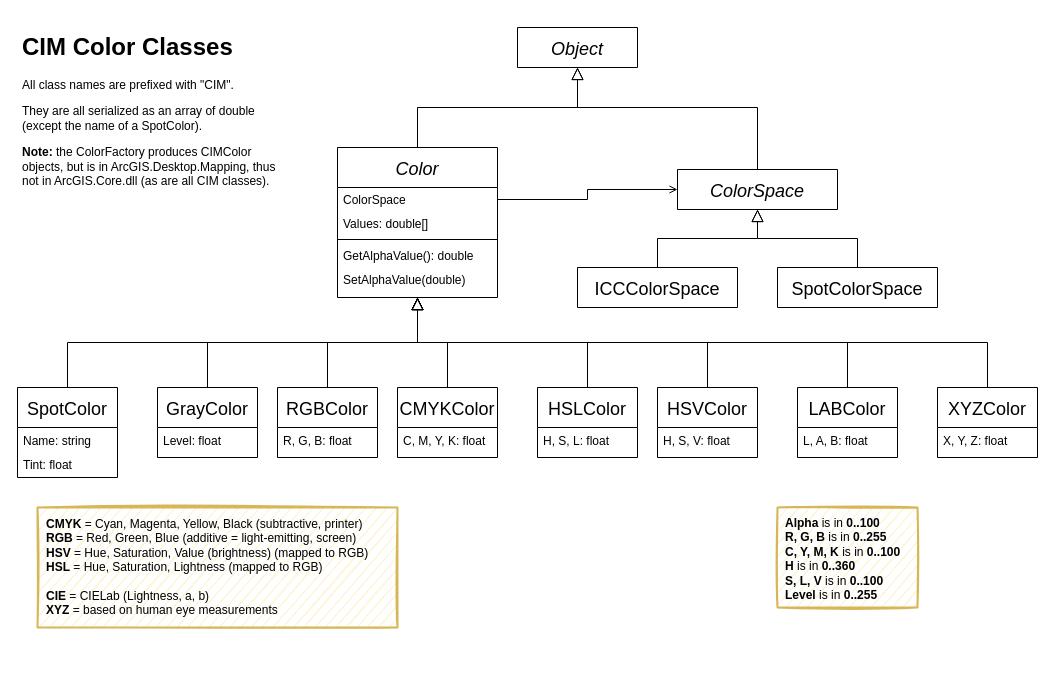
Before: page "Color" (1 of 2) of doc/ProSDK/CIMClassDiagrams.drawio in ProSuite/ProSuite, a draw.io diagram. Source tidied: cells renumbered, new cells numbered last; positions are measured from the earlier drawing's top-left corner, leaving out a move shared by most shapes. Both pictures are drawn from the tidied source at 100%, with x=0, y=0 at pixel (17, 27).
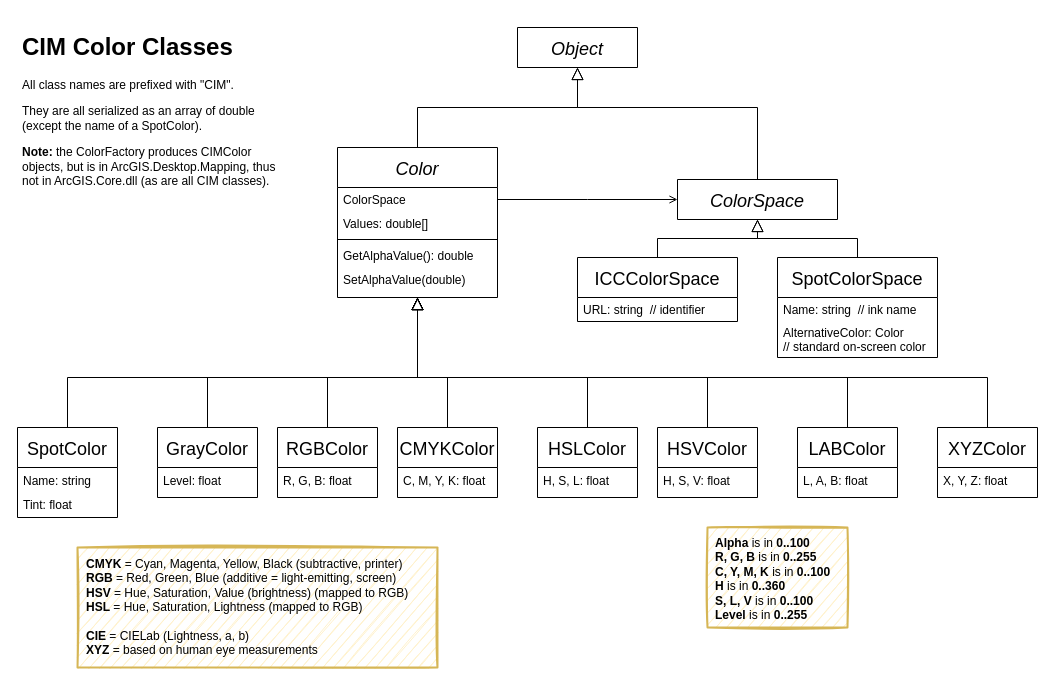
After the change.

Commit message:
Update CIM class diagrams (color space details)

Unchanged cells that the change refers to:
```xml
<mxCell id="4" value="Color" style="swimlane;fontStyle=2;align=center;verticalAlign=middle;horizontal=1;startSize=40;rounded=0;shadow=0;strokeWidth=1;fontSize=18;" parent="1" vertex="1">
  <mxGeometry x="320" y="120" width="160" height="150" as="geometry" />
</mxCell>
```

Change to the diagram source:
```diff
@@
     <mxCell id="10" value="ColorSpace" style="swimlane;fontStyle=2;align=center;verticalAlign=middle;horizontal=1;startSize=40;rounded=0;shadow=0;strokeWidth=1;fontSize=18;" parent="1" vertex="1">
-      <mxGeometry x="660" y="142" width="160" height="40" as="geometry" />
+      <mxGeometry x="660" y="152" width="160" height="40" as="geometry" />
     </mxCell>
     <mxCell id="11" value="ICCColorSpace" style="swimlane;fontStyle=0;align=center;verticalAlign=middle;horizontal=1;startSize=40;rounded=0;shadow=0;strokeWidth=1;fontSize=18;" parent="1" vertex="1">
-      <mxGeometry x="560" y="240" width="160" height="40" as="geometry" />
+      <mxGeometry x="560" y="230" width="160" height="64" as="geometry" />
     </mxCell>
+    <mxCell id="45" value="URL: string  // identifier" style="text;align=left;verticalAlign=middle;spacingLeft=4;spacingRight=4;overflow=hidden;" parent="11" vertex="1">
+      <mxGeometry y="40" width="160" height="24" as="geometry" />
+    </mxCell>
     <mxCell id="12" value="SpotColorSpace" style="swimlane;fontStyle=0;align=center;verticalAlign=middle;horizontal=1;startSize=40;rounded=0;shadow=0;strokeWidth=1;fontSize=18;" parent="1" vertex="1">
-      <mxGeometry x="760" y="240" width="160" height="40" as="geometry" />
+      <mxGeometry x="760" y="230" width="160" height="100" as="geometry" />
     </mxCell>
+    <mxCell id="46" value="Name: string  // ink name" style="text;align=left;verticalAlign=middle;spacingLeft=4;spacingRight=4;overflow=hidden;" parent="12" vertex="1">
+      <mxGeometry y="40" width="160" height="24" as="geometry" />
+    </mxCell>
+    <mxCell id="47" value="AlternativeColor: Color&#10;// standard on-screen color" style="text;align=left;verticalAlign=middle;spacingLeft=4;spacingRight=4;overflow=hidden;" parent="12" vertex="1">
+      <mxGeometry y="64" width="160" height="36" as="geometry" />
+    </mxCell>
@@
     <mxCell id="18" value="SpotColor" style="swimlane;fontStyle=0;align=center;verticalAlign=middle;horizontal=1;startSize=40;rounded=0;shadow=0;strokeWidth=1;fontSize=18;" parent="1" vertex="1">
-      <mxGeometry y="360" width="100" height="90" as="geometry" />
+      <mxGeometry y="400" width="100" height="90" as="geometry" />
     </mxCell>
@@
     <mxCell id="21" value="GrayColor" style="swimlane;fontStyle=0;align=center;verticalAlign=middle;horizontal=1;startSize=40;rounded=0;shadow=0;strokeWidth=1;fontSize=18;" parent="1" vertex="1">
-      <mxGeometry x="140" y="360" width="100" height="70" as="geometry" />
+      <mxGeometry x="140" y="400" width="100" height="70" as="geometry" />
     </mxCell>
@@
     <mxCell id="23" value="RGBColor" style="swimlane;fontStyle=0;align=center;verticalAlign=middle;horizontal=1;startSize=40;rounded=0;shadow=0;strokeWidth=1;fontSize=18;" parent="1" vertex="1">
-      <mxGeometry x="260" y="360" width="100" height="70" as="geometry" />
+      <mxGeometry x="260" y="400" width="100" height="70" as="geometry" />
     </mxCell>
@@
     <mxCell id="25" value="CMYKColor" style="swimlane;fontStyle=0;align=center;verticalAlign=middle;horizontal=1;startSize=40;rounded=0;shadow=0;strokeWidth=1;fontSize=18;" parent="1" vertex="1">
-      <mxGeometry x="380" y="360" width="100" height="70" as="geometry" />
+      <mxGeometry x="380" y="400" width="100" height="70" as="geometry" />
     </mxCell>
@@
     <mxCell id="27" value="HSLColor" style="swimlane;fontStyle=0;align=center;verticalAlign=middle;horizontal=1;startSize=40;rounded=0;shadow=0;strokeWidth=1;fontSize=18;" parent="1" vertex="1">
-      <mxGeometry x="520" y="360" width="100" height="70" as="geometry" />
+      <mxGeometry x="520" y="400" width="100" height="70" as="geometry" />
     </mxCell>
@@
     <mxCell id="29" value="HSVColor" style="swimlane;fontStyle=0;align=center;verticalAlign=middle;horizontal=1;startSize=40;rounded=0;shadow=0;strokeWidth=1;fontSize=18;" parent="1" vertex="1">
-      <mxGeometry x="640" y="360" width="100" height="70" as="geometry" />
+      <mxGeometry x="640" y="400" width="100" height="70" as="geometry" />
     </mxCell>
@@
     <mxCell id="31" value="LABColor" style="swimlane;fontStyle=0;align=center;verticalAlign=middle;horizontal=1;startSize=40;rounded=0;shadow=0;strokeWidth=1;fontSize=18;" parent="1" vertex="1">
-      <mxGeometry x="780" y="360" width="100" height="70" as="geometry" />
+      <mxGeometry x="780" y="400" width="100" height="70" as="geometry" />
     </mxCell>
@@
     <mxCell id="33" value="XYZColor" style="swimlane;fontStyle=0;align=center;verticalAlign=middle;horizontal=1;startSize=40;rounded=0;shadow=0;strokeWidth=1;fontSize=18;" parent="1" vertex="1">
-      <mxGeometry x="920" y="360" width="100" height="70" as="geometry" />
+      <mxGeometry x="920" y="400" width="100" height="70" as="geometry" />
     </mxCell>
@@
     <mxCell id="35" style="endArrow=block;endSize=10;endFill=0;shadow=0;strokeWidth=1;rounded=0;edgeStyle=elbowEdgeStyle;elbow=vertical;exitX=0.5;exitY=0;exitDx=0;exitDy=0;entryX=0.5;entryY=1;entryDx=0;entryDy=0;" parent="1" edge="1" source="18" target="4">
-      <mxGeometry relative="1" as="geometry" />
+      <mxGeometry relative="1" as="geometry">
+        <Array as="points">
+          <mxPoint x="230" y="350" />
+        </Array>
+      </mxGeometry>
     </mxCell>
     <mxCell id="36" style="endArrow=block;endSize=10;endFill=0;shadow=0;strokeWidth=1;rounded=0;edgeStyle=elbowEdgeStyle;elbow=vertical;exitX=0.5;exitY=0;exitDx=0;exitDy=0;entryX=0.5;entryY=1;entryDx=0;entryDy=0;" parent="1" edge="1" source="21" target="4">
-      <mxGeometry relative="1" as="geometry" />
+      <mxGeometry relative="1" as="geometry">
+        <Array as="points">
+          <mxPoint x="290" y="350" />
+        </Array>
+      </mxGeometry>
     </mxCell>
     <mxCell id="37" style="endArrow=block;endSize=10;endFill=0;shadow=0;strokeWidth=1;rounded=0;edgeStyle=elbowEdgeStyle;elbow=vertical;exitX=0.5;exitY=0;exitDx=0;exitDy=0;entryX=0.5;entryY=1;entryDx=0;entryDy=0;" parent="1" edge="1" source="23" target="4">
-      <mxGeometry relative="1" as="geometry" />
+      <mxGeometry relative="1" as="geometry">
+        <Array as="points">
+          <mxPoint x="350" y="350" />
+        </Array>
+      </mxGeometry>
     </mxCell>
     <mxCell id="38" style="endArrow=block;endSize=10;endFill=0;shadow=0;strokeWidth=1;rounded=0;edgeStyle=elbowEdgeStyle;elbow=vertical;exitX=0.5;exitY=0;exitDx=0;exitDy=0;entryX=0.5;entryY=1;entryDx=0;entryDy=0;" parent="1" edge="1" source="25" target="4">
-      <mxGeometry relative="1" as="geometry" />
+      <mxGeometry relative="1" as="geometry">
+        <Array as="points">
+          <mxPoint x="420" y="350" />
+        </Array>
+      </mxGeometry>
     </mxCell>
     <mxCell id="39" style="endArrow=block;endSize=10;endFill=0;shadow=0;strokeWidth=1;rounded=0;edgeStyle=elbowEdgeStyle;elbow=vertical;exitX=0.5;exitY=0;exitDx=0;exitDy=0;entryX=0.5;entryY=1;entryDx=0;entryDy=0;" parent="1" edge="1" source="27" target="4">
-      <mxGeometry relative="1" as="geometry" />
+      <mxGeometry relative="1" as="geometry">
+        <Array as="points">
+          <mxPoint x="480" y="350" />
+        </Array>
+      </mxGeometry>
     </mxCell>
     <mxCell id="40" style="endArrow=block;endSize=10;endFill=0;shadow=0;strokeWidth=1;rounded=0;edgeStyle=elbowEdgeStyle;elbow=vertical;exitX=0.5;exitY=0;exitDx=0;exitDy=0;entryX=0.5;entryY=1;entryDx=0;entryDy=0;" parent="1" edge="1" source="29" target="4">
-      <mxGeometry relative="1" as="geometry" />
+      <mxGeometry relative="1" as="geometry">
+        <Array as="points">
+          <mxPoint x="540" y="350" />
+        </Array>
+      </mxGeometry>
     </mxCell>
     <mxCell id="41" style="endArrow=block;endSize=10;endFill=0;shadow=0;strokeWidth=1;rounded=0;edgeStyle=elbowEdgeStyle;elbow=vertical;exitX=0.5;exitY=0;exitDx=0;exitDy=0;entryX=0.5;entryY=1;entryDx=0;entryDy=0;" parent="1" edge="1" source="31" target="4">
-      <mxGeometry relative="1" as="geometry" />
+      <mxGeometry relative="1" as="geometry">
+        <Array as="points">
+          <mxPoint x="610" y="350" />
+        </Array>
+      </mxGeometry>
     </mxCell>
     <mxCell id="42" style="endArrow=block;endSize=10;endFill=0;shadow=0;strokeWidth=1;rounded=0;edgeStyle=elbowEdgeStyle;elbow=vertical;exitX=0.5;exitY=0;exitDx=0;exitDy=0;entryX=0.5;entryY=1;entryDx=0;entryDy=0;" parent="1" edge="1" source="33" target="4">
-      <mxGeometry relative="1" as="geometry" />
+      <mxGeometry relative="1" as="geometry">
+        <Array as="points">
+          <mxPoint x="680" y="350" />
+        </Array>
+      </mxGeometry>
     </mxCell>
     <mxCell id="43" value="&lt;b&gt;CMYK&lt;/b&gt; = Cyan, Magenta, Yellow, Black (subtractive, printer)&lt;br&gt;&lt;b&gt;RGB&lt;/b&gt; = Red, Green, Blue (additive = light-emitting, screen)&lt;br style=&quot;font-size: 12px&quot;&gt;&lt;b&gt;HSV&lt;/b&gt; = Hue, Saturation, Value (brightness) (mapped to RGB)&lt;br style=&quot;font-size: 12px&quot;&gt;&lt;b&gt;HSL&lt;/b&gt; = Hue, Saturation, Lightness (mapped to RGB)&lt;br style=&quot;font-size: 12px&quot;&gt;&lt;br&gt;&lt;b&gt;CIE&lt;/b&gt;&amp;nbsp;= CIELab (Lightness, a, b)&lt;br style=&quot;font-size: 12px&quot;&gt;&lt;b&gt;XYZ&lt;/b&gt; = based on human eye measurements" style="text;strokeColor=#d6b656;spacing=5;spacingTop=0;overflow=hidden;rounded=0;fontSize=12;strokeWidth=2;fillColor=#fff2cc;sketch=1;html=1;whiteSpace=wrap;spacingLeft=4;" parent="1" vertex="1">
-      <mxGeometry x="20" y="480" width="360" height="120" as="geometry" />
+      <mxGeometry x="60" y="520" width="360" height="120" as="geometry" />
     </mxCell>
     <mxCell id="44" value="&lt;div style=&quot;font-size: 12px&quot;&gt;&lt;b&gt;Alpha&lt;/b&gt; is in &lt;b&gt;0..100&lt;/b&gt;&lt;/div&gt;&lt;div style=&quot;font-size: 12px&quot;&gt;&lt;b&gt;R, G, B&lt;/b&gt; is in &lt;b&gt;0..255&lt;/b&gt;&lt;/div&gt;&lt;div style=&quot;font-size: 12px&quot;&gt;&lt;b&gt;C, Y, M, K&lt;/b&gt; is in &lt;b&gt;0..100&lt;/b&gt;&lt;/div&gt;&lt;div style=&quot;font-size: 12px&quot;&gt;&lt;b&gt;H&lt;/b&gt; is in &lt;b&gt;0..360&lt;/b&gt;&lt;/div&gt;&lt;div style=&quot;font-size: 12px&quot;&gt;&lt;b&gt;S, L, V&lt;/b&gt; is in &lt;b&gt;0..100&lt;/b&gt;&lt;/div&gt;&lt;div style=&quot;font-size: 12px&quot;&gt;&lt;b&gt;Level&lt;/b&gt; is in &lt;b&gt;0..255&lt;/b&gt;&lt;/div&gt;" style="text;html=1;strokeColor=#d6b656;fillColor=#fff2cc;align=left;verticalAlign=top;whiteSpace=wrap;rounded=0;fontSize=16;strokeWidth=2;perimeterSpacing=0;sketch=1;shadow=0;glass=0;spacing=4;spacingLeft=4;" parent="1" vertex="1">
-      <mxGeometry x="760" y="480" width="140" height="100" as="geometry" />
+      <mxGeometry x="690" y="500" width="140" height="100" as="geometry" />
     </mxCell>
```
